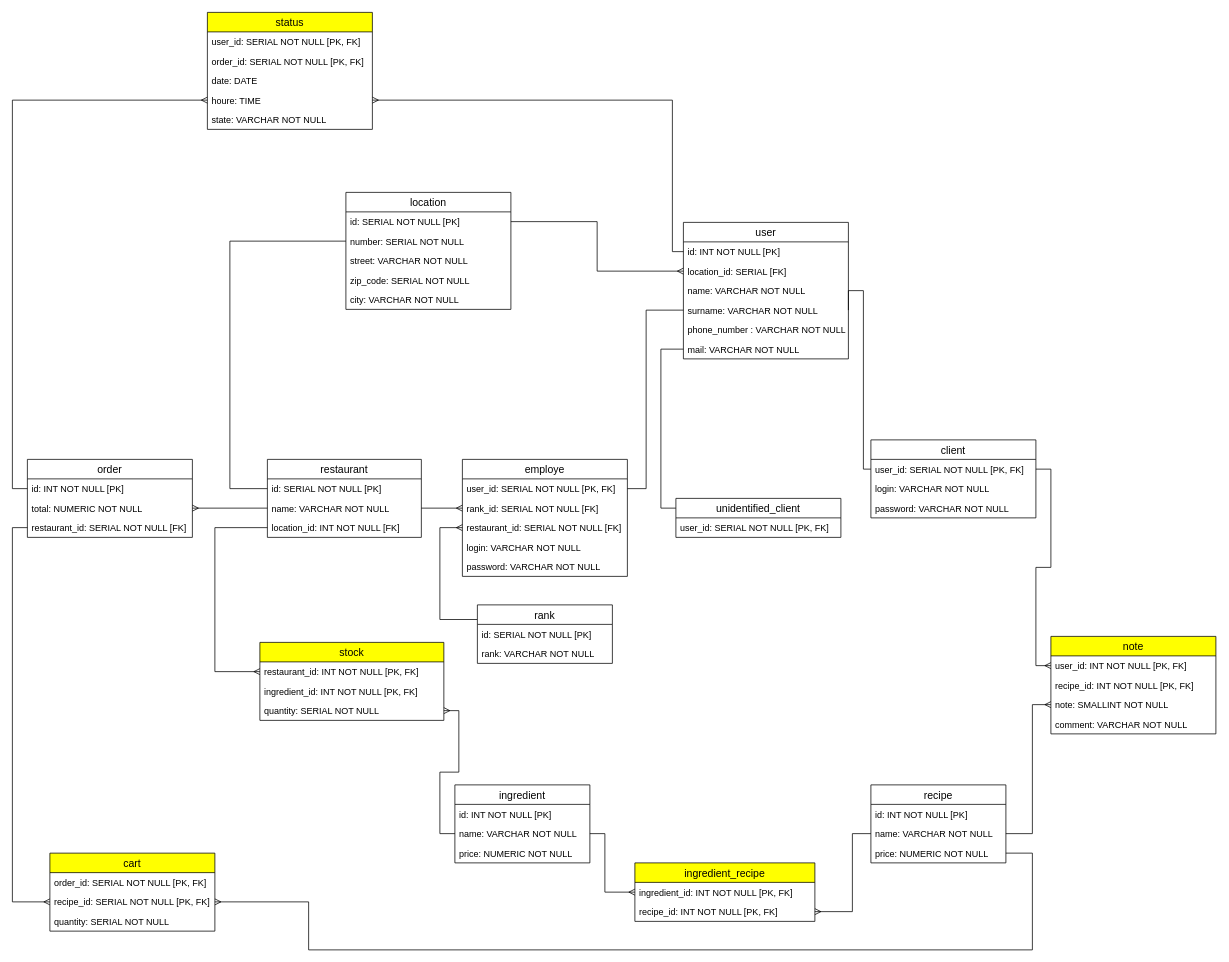
damien-devpy/OC-P6 keeps this draw.io diagram as MPD.drawio. Above is the earlier version. Source tidied: cells renumbered, new cells numbered last; positions are measured from the earlier drawing's top-left corner, leaving out a move shared by most shapes. Both pictures are drawn from the tidied source at 75%, with x=0, y=0 at pixel (12, 12).
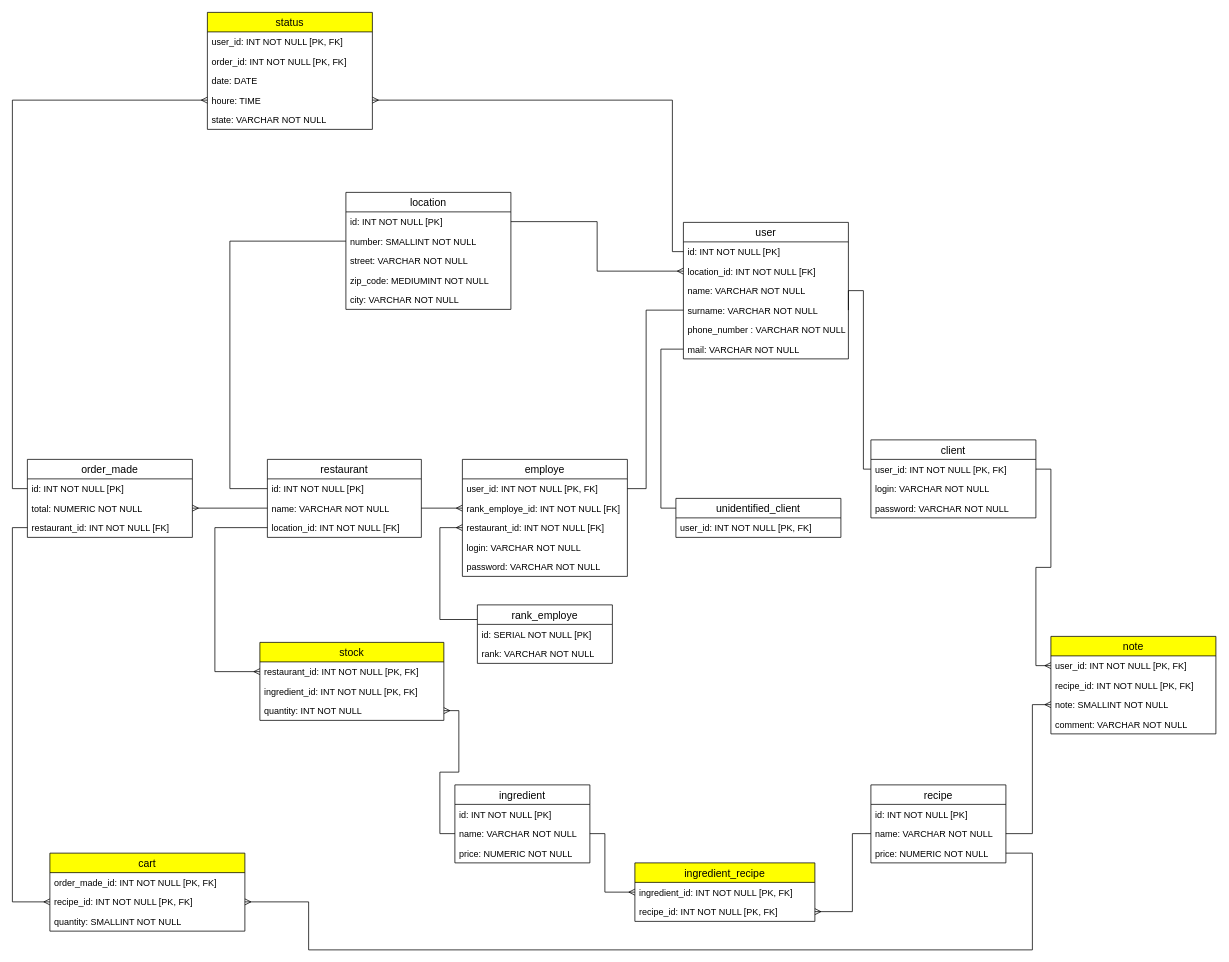
The same page after the edit.

Commit message (it also covers changes not shown here):
Working sql script

The change refers to these unchanged cells:
```xml
<mxCell id="18" value="user" style="swimlane;fontStyle=0;horizontal=1;startSize=26;align=center;fontSize=14;labelBackgroundColor=#ffffff;strokeColor=#000000;" parent="1" vertex="1">
  <mxGeometry x="894.7" y="280" width="220" height="182" as="geometry" />
</mxCell>
<mxCell id="25" value="client" style="swimlane;fontStyle=0;horizontal=1;startSize=26;align=center;fontSize=14;labelBackgroundColor=#ffffff;strokeColor=#000000;" parent="1" vertex="1">
  <mxGeometry x="1144.7" y="570" width="220" height="104" as="geometry" />
</mxCell>
<mxCell id="29" value="unidentified_client" style="swimlane;fontStyle=0;horizontal=1;startSize=26;align=center;fontSize=14;labelBackgroundColor=#ffffff;strokeColor=#000000;" parent="1" vertex="1">
  <mxGeometry x="884.7" y="648" width="220" height="52" as="geometry" />
</mxCell>
<mxCell id="36" value="status" style="swimlane;fontStyle=0;horizontal=1;startSize=26;align=center;fontSize=14;labelBackgroundColor=none;strokeColor=#000000;fillColor=#FFFF00;" parent="1" vertex="1">
  <mxGeometry x="260" width="220" height="156" as="geometry" />
</mxCell>
<mxCell id="42" value="location" style="swimlane;fontStyle=0;horizontal=1;startSize=26;align=center;fontSize=14;labelBackgroundColor=none;strokeColor=#000000;fillColor=none;" parent="1" vertex="1">
  <mxGeometry x="444.7" y="240" width="220" height="156" as="geometry" />
</mxCell>
<mxCell id="54" value="restaurant" style="swimlane;fontStyle=0;horizontal=1;startSize=26;align=center;fontSize=14;labelBackgroundColor=#ffffff;strokeColor=#000000;" parent="1" vertex="1">
  <mxGeometry x="340" y="596" width="205.3" height="104" as="geometry" />
</mxCell>
<mxCell id="58" value="employe" style="swimlane;fontStyle=0;horizontal=1;startSize=26;align=center;fontSize=14;labelBackgroundColor=#ffffff;strokeColor=#000000;" parent="1" vertex="1">
  <mxGeometry x="600" y="596" width="220" height="156" as="geometry" />
</mxCell>
<mxCell id="64" value="stock" style="swimlane;fontStyle=0;horizontal=1;startSize=26;align=center;fontSize=14;labelBackgroundColor=none;strokeColor=#000000;fillColor=#FFFF00;" parent="1" vertex="1">
  <mxGeometry x="330" y="840" width="245.3" height="104" as="geometry" />
</mxCell>
```

Diff of the diagram source:
```diff
@@
-    <mxCell id="20" value="location_id: SERIAL [FK]" style="text;strokeColor=none;fillColor=none;spacingLeft=4;spacingRight=4;overflow=hidden;points=[[0,0.5],[1,0.5]];portConstraint=eastwest;fontSize=12;" parent="18" vertex="1">
+    <mxCell id="20" value="location_id: INT NOT NULL [FK]" style="text;strokeColor=none;fillColor=none;spacingLeft=4;spacingRight=4;overflow=hidden;points=[[0,0.5],[1,0.5]];portConstraint=eastwest;fontSize=12;" parent="18" vertex="1">
       <mxGeometry y="52" width="220" height="26" as="geometry" />
     </mxCell>
@@
-    <mxCell id="26" value="user_id: SERIAL NOT NULL [PK, FK]" style="text;strokeColor=none;fillColor=none;spacingLeft=4;spacingRight=4;overflow=hidden;points=[[0,0.5],[1,0.5]];portConstraint=eastwest;fontSize=12;" parent="25" vertex="1">
+    <mxCell id="26" value="user_id: INT NOT NULL [PK, FK]" style="text;strokeColor=none;fillColor=none;spacingLeft=4;spacingRight=4;overflow=hidden;points=[[0,0.5],[1,0.5]];portConstraint=eastwest;fontSize=12;" parent="25" vertex="1">
       <mxGeometry y="26" width="220" height="26" as="geometry" />
     </mxCell>
@@
-    <mxCell id="30" value="user_id: SERIAL NOT NULL [PK, FK]" style="text;strokeColor=none;fillColor=none;spacingLeft=4;spacingRight=4;overflow=hidden;fontSize=12;" parent="29" vertex="1">
+    <mxCell id="30" value="user_id: INT NOT NULL [PK, FK]" style="text;strokeColor=none;fillColor=none;spacingLeft=4;spacingRight=4;overflow=hidden;fontSize=12;" parent="29" vertex="1">
       <mxGeometry y="26" width="220" height="26" as="geometry" />
     </mxCell>
@@
-    <mxCell id="37" value="user_id: SERIAL NOT NULL [PK, FK]" style="text;strokeColor=none;fillColor=none;spacingLeft=4;spacingRight=4;overflow=hidden;fontSize=12;" parent="36" vertex="1">
+    <mxCell id="37" value="user_id: INT NOT NULL [PK, FK]" style="text;strokeColor=none;fillColor=none;spacingLeft=4;spacingRight=4;overflow=hidden;fontSize=12;" parent="36" vertex="1">
       <mxGeometry y="26" width="220" height="26" as="geometry" />
     </mxCell>
-    <mxCell id="38" value="order_id: SERIAL NOT NULL [PK, FK]" style="text;strokeColor=none;fillColor=none;spacingLeft=4;spacingRight=4;overflow=hidden;fontSize=12;" parent="36" vertex="1">
+    <mxCell id="38" value="order_id: INT NOT NULL [PK, FK]" style="text;strokeColor=none;fillColor=none;spacingLeft=4;spacingRight=4;overflow=hidden;fontSize=12;" parent="36" vertex="1">
       <mxGeometry y="52" width="220" height="26" as="geometry" />
     </mxCell>
@@
-    <mxCell id="43" value="id: SERIAL NOT NULL [PK]" style="text;strokeColor=none;fillColor=none;spacingLeft=4;spacingRight=4;overflow=hidden;points=[[0,0.5],[1,0.5]];portConstraint=eastwest;fontSize=12;" parent="42" vertex="1">
+    <mxCell id="43" value="id: INT NOT NULL [PK]" style="text;strokeColor=none;fillColor=none;spacingLeft=4;spacingRight=4;overflow=hidden;points=[[0,0.5],[1,0.5]];portConstraint=eastwest;fontSize=12;" parent="42" vertex="1">
       <mxGeometry y="26" width="220" height="26" as="geometry" />
     </mxCell>
-    <mxCell id="44" value="number: SERIAL NOT NULL" style="text;strokeColor=none;fillColor=none;spacingLeft=4;spacingRight=4;overflow=hidden;points=[[0,0.5],[1,0.5]];portConstraint=eastwest;fontSize=12;" parent="42" vertex="1">
+    <mxCell id="44" value="number: SMALLINT NOT NULL" style="text;strokeColor=none;fillColor=none;spacingLeft=4;spacingRight=4;overflow=hidden;points=[[0,0.5],[1,0.5]];portConstraint=eastwest;fontSize=12;" parent="42" vertex="1">
       <mxGeometry y="52" width="220" height="26" as="geometry" />
     </mxCell>
@@
-    <mxCell id="46" value="zip_code: SERIAL NOT NULL" style="text;strokeColor=none;fillColor=none;spacingLeft=4;spacingRight=4;overflow=hidden;fontSize=12;" parent="42" vertex="1">
+    <mxCell id="46" value="zip_code: MEDIUMINT NOT NULL" style="text;strokeColor=none;fillColor=none;spacingLeft=4;spacingRight=4;overflow=hidden;fontSize=12;" parent="42" vertex="1">
       <mxGeometry y="104" width="220" height="26" as="geometry" />
     </mxCell>
@@
-    <mxCell id="50" value="order" style="swimlane;fontStyle=0;horizontal=1;startSize=26;align=center;fontSize=14;labelBackgroundColor=#ffffff;strokeColor=#000000;" parent="1" vertex="1">
+    <mxCell id="50" value="order_made" style="swimlane;fontStyle=0;horizontal=1;startSize=26;align=center;fontSize=14;labelBackgroundColor=#ffffff;strokeColor=#000000;" parent="1" vertex="1">
       <mxGeometry x="20" y="596" width="220" height="104" as="geometry" />
     </mxCell>
@@
-    <mxCell id="53" value="restaurant_id: SERIAL NOT NULL [FK]" style="text;strokeColor=none;fillColor=none;spacingLeft=4;spacingRight=4;overflow=hidden;fontSize=12;" parent="50" vertex="1">
+    <mxCell id="53" value="restaurant_id: INT NOT NULL [FK]" style="text;strokeColor=none;fillColor=none;spacingLeft=4;spacingRight=4;overflow=hidden;fontSize=12;" parent="50" vertex="1">
       <mxGeometry y="78" width="220" height="26" as="geometry" />
     </mxCell>
@@
-    <mxCell id="55" value="id: SERIAL NOT NULL [PK]" style="text;strokeColor=none;fillColor=none;spacingLeft=4;spacingRight=4;overflow=hidden;points=[[0,0.5],[1,0.5]];portConstraint=eastwest;fontSize=12;" parent="54" vertex="1">
+    <mxCell id="55" value="id: INT NOT NULL [PK]" style="text;strokeColor=none;fillColor=none;spacingLeft=4;spacingRight=4;overflow=hidden;points=[[0,0.5],[1,0.5]];portConstraint=eastwest;fontSize=12;" parent="54" vertex="1">
       <mxGeometry y="26" width="205.3" height="26" as="geometry" />
     </mxCell>
@@
-    <mxCell id="59" value="user_id: SERIAL NOT NULL [PK, FK]" style="text;strokeColor=none;fillColor=none;spacingLeft=4;spacingRight=4;overflow=hidden;points=[[0,0.5],[1,0.5]];portConstraint=eastwest;fontSize=12;" parent="58" vertex="1">
+    <mxCell id="59" value="user_id: INT NOT NULL [PK, FK]" style="text;strokeColor=none;fillColor=none;spacingLeft=4;spacingRight=4;overflow=hidden;points=[[0,0.5],[1,0.5]];portConstraint=eastwest;fontSize=12;" parent="58" vertex="1">
       <mxGeometry y="26" width="220" height="26" as="geometry" />
     </mxCell>
-    <mxCell id="60" value="rank_id: SERIAL NOT NULL [FK]" style="text;strokeColor=none;fillColor=none;spacingLeft=4;spacingRight=4;overflow=hidden;points=[[0,0.5],[1,0.5]];portConstraint=eastwest;fontSize=12;" parent="58" vertex="1">
+    <mxCell id="60" value="rank_employe_id: INT NOT NULL [FK]" style="text;strokeColor=none;fillColor=none;spacingLeft=4;spacingRight=4;overflow=hidden;points=[[0,0.5],[1,0.5]];portConstraint=eastwest;fontSize=12;" parent="58" vertex="1">
       <mxGeometry y="52" width="220" height="26" as="geometry" />
     </mxCell>
-    <mxCell id="61" value="restaurant_id: SERIAL NOT NULL [FK]" style="text;strokeColor=none;fillColor=none;spacingLeft=4;spacingRight=4;overflow=hidden;points=[[0,0.5],[1,0.5]];portConstraint=eastwest;fontSize=12;" parent="58" vertex="1">
+    <mxCell id="61" value="restaurant_id: INT NOT NULL [FK]" style="text;strokeColor=none;fillColor=none;spacingLeft=4;spacingRight=4;overflow=hidden;points=[[0,0.5],[1,0.5]];portConstraint=eastwest;fontSize=12;" parent="58" vertex="1">
       <mxGeometry y="78" width="220" height="26" as="geometry" />
     </mxCell>
@@
-    <mxCell id="67" value="quantity: SERIAL NOT NULL" style="text;strokeColor=none;fillColor=none;spacingLeft=4;spacingRight=4;overflow=hidden;points=[[0,0.5],[1,0.5]];portConstraint=eastwest;fontSize=12;" parent="64" vertex="1">
+    <mxCell id="67" value="quantity: INT NOT NULL" style="text;strokeColor=none;fillColor=none;spacingLeft=4;spacingRight=4;overflow=hidden;points=[[0,0.5],[1,0.5]];portConstraint=eastwest;fontSize=12;" parent="64" vertex="1">
       <mxGeometry y="78" width="245.3" height="26" as="geometry" />
     </mxCell>
     <mxCell id="68" value="cart" style="swimlane;fontStyle=0;horizontal=1;startSize=26;align=center;fontSize=14;fillColor=#FFFF00;" parent="1" vertex="1">
-      <mxGeometry x="50" y="1121" width="220" height="104" as="geometry" />
+      <mxGeometry x="50" y="1121" width="260" height="104" as="geometry" />
     </mxCell>
-    <mxCell id="69" value="order_id: SERIAL NOT NULL [PK, FK]" style="text;strokeColor=none;fillColor=none;spacingLeft=4;spacingRight=4;overflow=hidden;fontSize=12;labelBackgroundColor=#ffffff;" parent="68" vertex="1">
-      <mxGeometry y="26" width="220" height="26" as="geometry" />
+    <mxCell id="69" value="order_made_id: INT NOT NULL [PK, FK]" style="text;strokeColor=none;fillColor=none;spacingLeft=4;spacingRight=4;overflow=hidden;fontSize=12;labelBackgroundColor=#ffffff;" parent="68" vertex="1">
+      <mxGeometry y="26" width="260" height="26" as="geometry" />
     </mxCell>
-    <mxCell id="70" value="recipe_id: SERIAL NOT NULL [PK, FK]" style="text;strokeColor=none;fillColor=none;spacingLeft=4;spacingRight=4;overflow=hidden;points=[[0,0.5],[1,0.5]];portConstraint=eastwest;fontSize=12;" parent="68" vertex="1">
-      <mxGeometry y="52" width="220" height="26" as="geometry" />
+    <mxCell id="70" value="recipe_id: INT NOT NULL [PK, FK]" style="text;strokeColor=none;fillColor=none;spacingLeft=4;spacingRight=4;overflow=hidden;points=[[0,0.5],[1,0.5]];portConstraint=eastwest;fontSize=12;" parent="68" vertex="1">
+      <mxGeometry y="52" width="260" height="26" as="geometry" />
     </mxCell>
-    <mxCell id="71" value="quantity: SERIAL NOT NULL" style="text;strokeColor=none;fillColor=none;spacingLeft=4;spacingRight=4;overflow=hidden;fontSize=12;" parent="68" vertex="1">
-      <mxGeometry y="78" width="220" height="26" as="geometry" />
+    <mxCell id="71" value="quantity: SMALLINT NOT NULL" style="text;strokeColor=none;fillColor=none;spacingLeft=4;spacingRight=4;overflow=hidden;fontSize=12;" parent="68" vertex="1">
+      <mxGeometry y="78" width="260" height="26" as="geometry" />
     </mxCell>
@@
-    <mxCell id="83" value="rank" style="swimlane;fontStyle=0;horizontal=1;startSize=26;align=center;fontSize=14;labelBackgroundColor=#ffffff;strokeColor=#000000;" parent="1" vertex="1">
+    <mxCell id="83" value="rank_employe" style="swimlane;fontStyle=0;horizontal=1;startSize=26;align=center;fontSize=14;labelBackgroundColor=#ffffff;strokeColor=#000000;" parent="1" vertex="1">
       <mxGeometry x="620" y="790" width="180" height="78" as="geometry" />
     </mxCell>
```
